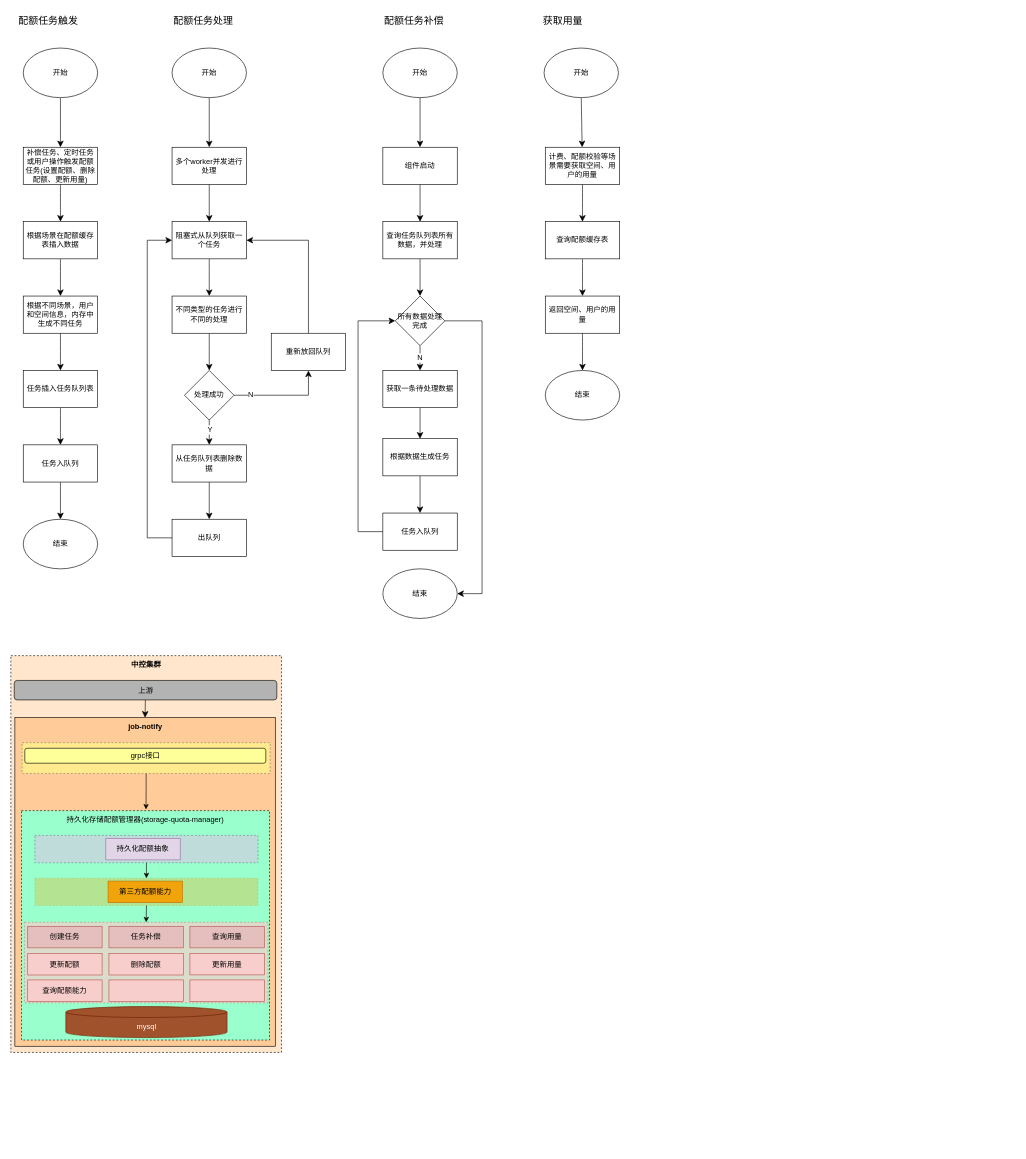
paochiang/draw keeps this draw.io diagram as page "技术方案设计" (3 of 3) of 智算中心/配额接入.drawio. Above is the earlier version. Source tidied: cells renumbered, new cells numbered last; positions are measured from the earlier drawing's top-left corner, leaving out a move shared by most shapes. Both pictures are drawn from the tidied source at 62%, with x=0, y=0 at pixel (11, 11).
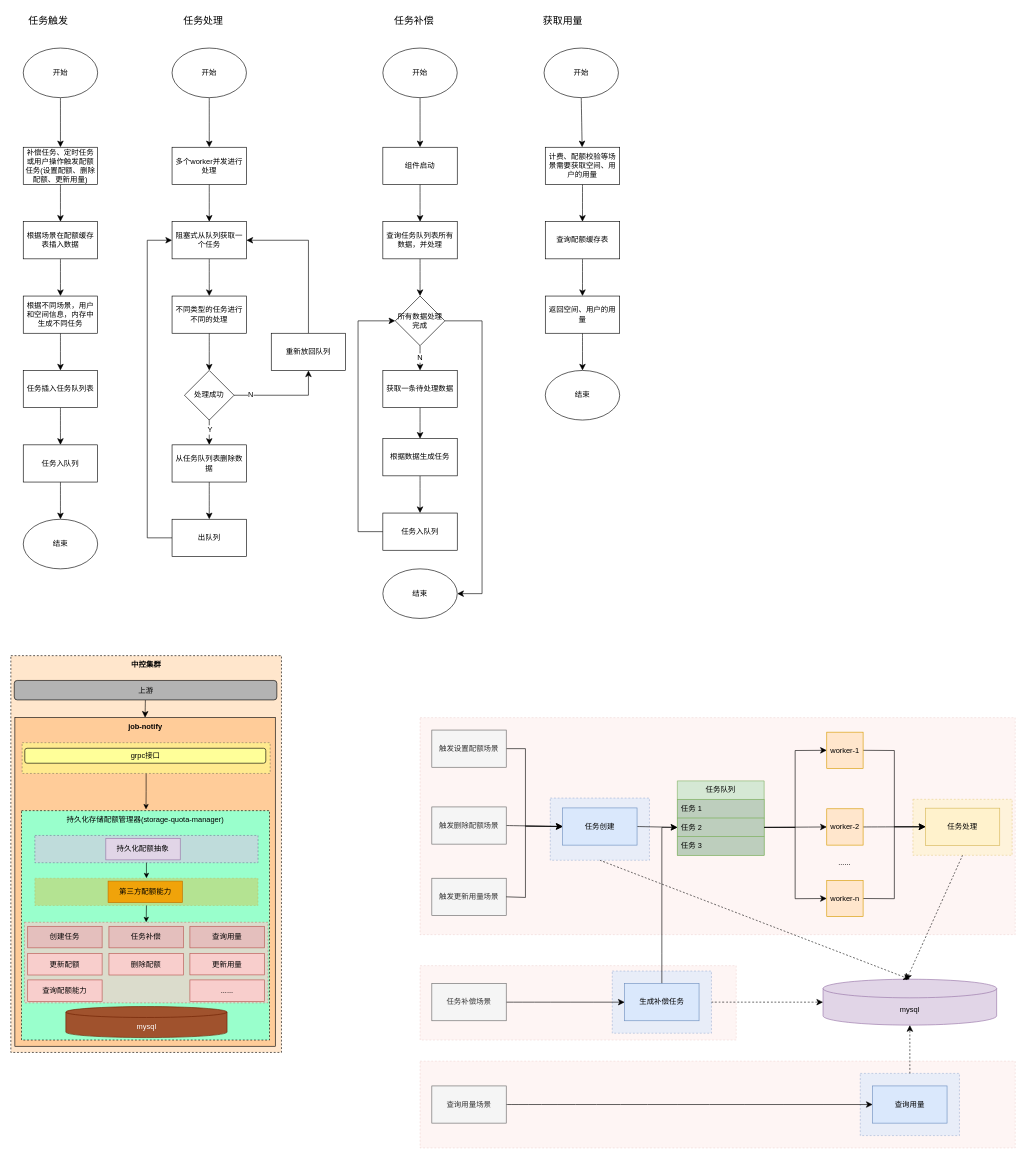
After the change.

The edit, as a diff of the source:
```diff
@@
+    <mxCell id="91" style="rounded=0;whiteSpace=wrap;html=1;dashed=1;fillColor=#f8cecc;strokeColor=#b85450;opacity=21;" parent="1" vertex="1">
+      <mxGeometry x="660" y="1540" width="510" height="120" as="geometry" />
+    </mxCell>
+    <mxCell id="92" style="rounded=0;whiteSpace=wrap;html=1;dashed=1;fillColor=#dae8fc;strokeColor=#6c8ebf;opacity=60;" parent="1" vertex="1">
+      <mxGeometry x="970" y="1548.7" width="160" height="100.3" as="geometry" />
+    </mxCell>
+    <mxCell id="93" style="rounded=0;whiteSpace=wrap;html=1;dashed=1;fillColor=#f8cecc;strokeColor=#b85450;opacity=21;" parent="1" vertex="1">
+      <mxGeometry x="660" y="1694" width="960" height="140" as="geometry" />
+    </mxCell>
+    <mxCell id="94" style="rounded=0;whiteSpace=wrap;html=1;dashed=1;fillColor=#f8cecc;strokeColor=#b85450;opacity=21;" parent="1" vertex="1">
+      <mxGeometry x="660" y="1140" width="960" height="350" as="geometry" />
+    </mxCell>
+    <mxCell id="95" style="rounded=0;whiteSpace=wrap;html=1;dashed=1;fillColor=#dae8fc;strokeColor=#6c8ebf;opacity=60;" parent="1" vertex="1">
+      <mxGeometry x="1370" y="1713.8" width="160" height="100.3" as="geometry" />
+    </mxCell>
+    <mxCell id="96" style="rounded=0;whiteSpace=wrap;html=1;dashed=1;fillColor=#dae8fc;strokeColor=#6c8ebf;opacity=60;" parent="1" vertex="1">
+      <mxGeometry x="870" y="1269.7" width="160" height="100.3" as="geometry" />
+    </mxCell>
+    <mxCell id="97" style="rounded=0;whiteSpace=wrap;html=1;dashed=1;fillColor=#fff2cc;strokeColor=#d6b656;opacity=60;" parent="1" vertex="1">
+      <mxGeometry x="1455" y="1271.7" width="160" height="90.3" as="geometry" />
+    </mxCell>
@@
-    <mxCell id="34" value="配额任务触发" style="text;html=1;align=center;verticalAlign=middle;strokeColor=none;fillColor=none;fontSize=16;" parent="1" vertex="1">
-      <mxGeometry width="120" height="30" as="geometry" />
+    <mxCell id="34" value="任务触发" style="text;html=1;align=center;verticalAlign=middle;strokeColor=none;fillColor=none;fontSize=16;" parent="1" vertex="1">
+      <mxGeometry x="15" width="90" height="30" as="geometry" />
     </mxCell>
@@
-    <mxCell id="39" value="配额任务处理" style="text;html=1;align=center;verticalAlign=middle;strokeColor=none;fillColor=none;fontSize=16;" parent="1" vertex="1">
-      <mxGeometry x="250" width="120" height="30" as="geometry" />
+    <mxCell id="39" value="任务处理" style="text;html=1;align=center;verticalAlign=middle;strokeColor=none;fillColor=none;fontSize=16;" parent="1" vertex="1">
+      <mxGeometry x="265" width="90" height="30" as="geometry" />
     </mxCell>
-    <mxCell id="40" value="配额任务补偿" style="text;html=1;align=center;verticalAlign=middle;strokeColor=none;fillColor=none;fontSize=16;" parent="1" vertex="1">
-      <mxGeometry x="590" width="120" height="30" as="geometry" />
+    <mxCell id="40" value="任务补偿" style="text;html=1;align=center;verticalAlign=middle;strokeColor=none;fillColor=none;fontSize=16;" parent="1" vertex="1">
+      <mxGeometry x="605" width="90" height="30" as="geometry" />
     </mxCell>
@@
-    <mxCell id="80" style="rounded=0;whiteSpace=wrap;html=1;strokeColor=#b85450;fillColor=#f8cecc;" parent="1" vertex="1">
-      <mxGeometry x="158.2" y="1563" width="120" height="34.8" as="geometry" />
-    </mxCell>
@@
-    <mxCell id="84" style="rounded=0;whiteSpace=wrap;html=1;strokeColor=#b85450;fillColor=#f8cecc;" parent="1" vertex="1">
+    <mxCell id="84" value="......" style="rounded=0;whiteSpace=wrap;html=1;strokeColor=#b85450;fillColor=#f8cecc;" parent="1" vertex="1">
       <mxGeometry x="288.8" y="1563" width="120" height="34.8" as="geometry" />
     </mxCell>
@@
+    <mxCell id="98" style="edgeStyle=none;curved=0;rounded=0;jettySize=auto;html=1;exitX=1;exitY=0.5;exitDx=0;exitDy=0;entryX=0;entryY=0.5;entryDx=0;entryDy=0;fontSize=12;startSize=8;endSize=8;" parent="1" edge="1" source="99" target="123">
+      <mxGeometry relative="1" as="geometry">
+        <Array as="points">
+          <mxPoint x="830" y="1190" />
+          <mxPoint x="830" y="1315" />
+        </Array>
+      </mxGeometry>
+    </mxCell>
+    <mxCell id="99" value="触发设置配额场景" style="rounded=0;whiteSpace=wrap;html=1;fillColor=#f5f5f5;fontColor=#333333;strokeColor=#666666;" parent="1" vertex="1">
+      <mxGeometry x="679" y="1160" width="120" height="60" as="geometry" />
+    </mxCell>
+    <mxCell id="100" style="edgeStyle=none;curved=1;rounded=0;jettySize=auto;html=1;exitX=1;exitY=0.5;exitDx=0;exitDy=0;entryX=0;entryY=0.5;entryDx=0;entryDy=0;fontSize=12;startSize=8;endSize=8;" parent="1" edge="1" source="101" target="123">
+      <mxGeometry relative="1" as="geometry" />
+    </mxCell>
+    <mxCell id="101" value="触发删除配额场景" style="rounded=0;whiteSpace=wrap;html=1;fillColor=#f5f5f5;fontColor=#333333;strokeColor=#666666;" parent="1" vertex="1">
+      <mxGeometry x="679" y="1284" width="120" height="60" as="geometry" />
+    </mxCell>
+    <mxCell id="102" value="触发更新用量场景" style="rounded=0;whiteSpace=wrap;html=1;fillColor=#f5f5f5;fontColor=#333333;strokeColor=#666666;" parent="1" vertex="1">
+      <mxGeometry x="679" y="1399" width="120" height="60" as="geometry" />
+    </mxCell>
+    <mxCell id="103" value="任务队列" style="swimlane;fontStyle=0;horizontal=1;startSize=30;whiteSpace=wrap;html=1;fillColor=#d5e8d4;strokeColor=#82b366;" parent="1" vertex="1">
+      <mxGeometry x="1075" y="1242" width="140" height="120" as="geometry" />
+    </mxCell>
+    <mxCell id="104" value="任务 1" style="text;strokeColor=#82b366;fillColor=#BDCEBD;align=left;verticalAlign=middle;spacingLeft=4;spacingRight=4;overflow=hidden;whiteSpace=wrap;html=1;" parent="103" vertex="1">
+      <mxGeometry y="30" width="140" height="30" as="geometry" />
+    </mxCell>
+    <mxCell id="105" value="任务 2" style="text;strokeColor=#82b366;fillColor=#BDCEBD;align=left;verticalAlign=middle;spacingLeft=4;spacingRight=4;overflow=hidden;points=[[0,0.5],[1,0.5]];portConstraint=eastwest;whiteSpace=wrap;html=1;" parent="103" vertex="1">
+      <mxGeometry y="60" width="140" height="30" as="geometry" />
+    </mxCell>
+    <mxCell id="106" value="任务 3" style="text;strokeColor=#82b366;fillColor=#BDCEBD;align=left;verticalAlign=middle;spacingLeft=4;spacingRight=4;overflow=hidden;whiteSpace=wrap;html=1;" parent="103" vertex="1">
+      <mxGeometry y="90" width="140" height="30" as="geometry" />
+    </mxCell>
+    <mxCell id="107" style="edgeStyle=none;curved=0;rounded=0;jettySize=auto;html=1;exitX=1;exitY=0.5;exitDx=0;exitDy=0;entryX=0;entryY=0.5;entryDx=0;entryDy=0;fontSize=12;startSize=8;endSize=8;" parent="1" edge="1" source="108" target="118">
+      <mxGeometry relative="1" as="geometry">
+        <Array as="points">
+          <mxPoint x="1425" y="1193" />
+          <mxPoint x="1425" y="1316" />
+        </Array>
+      </mxGeometry>
+    </mxCell>
+    <mxCell id="108" value="worker-1" style="whiteSpace=wrap;html=1;fillColor=#ffe6cc;strokeColor=#d79b00;" parent="1" vertex="1">
+      <mxGeometry x="1316" y="1163.4" width="58.6" height="58.6" as="geometry" />
+    </mxCell>
+    <mxCell id="109" style="edgeStyle=none;curved=1;rounded=0;jettySize=auto;html=1;exitX=1;exitY=0.5;exitDx=0;exitDy=0;entryX=0;entryY=0.5;entryDx=0;entryDy=0;fontSize=12;startSize=8;endSize=8;" parent="1" edge="1" source="110" target="118">
+      <mxGeometry relative="1" as="geometry" />
+    </mxCell>
+    <mxCell id="110" value="worker-2" style="whiteSpace=wrap;html=1;fillColor=#ffe6cc;strokeColor=#d79b00;" parent="1" vertex="1">
+      <mxGeometry x="1316" y="1287" width="58.6" height="58.6" as="geometry" />
+    </mxCell>
+    <mxCell id="111" style="edgeStyle=none;curved=0;rounded=0;jettySize=auto;html=1;exitX=1;exitY=0.5;exitDx=0;exitDy=0;entryX=0;entryY=0.5;entryDx=0;entryDy=0;fontSize=12;startSize=8;endSize=8;" parent="1" edge="1" source="112" target="118">
+      <mxGeometry relative="1" as="geometry">
+        <Array as="points">
+          <mxPoint x="1425" y="1432" />
+          <mxPoint x="1425" y="1316" />
+        </Array>
+      </mxGeometry>
+    </mxCell>
+    <mxCell id="112" value="worker-n" style="whiteSpace=wrap;html=1;fillColor=#ffe6cc;strokeColor=#d79b00;" parent="1" vertex="1">
+      <mxGeometry x="1316" y="1402.4" width="58.6" height="58.6" as="geometry" />
+    </mxCell>
+    <mxCell id="113" style="edgeStyle=none;curved=0;rounded=0;jettySize=auto;html=1;exitX=1;exitY=0.5;exitDx=0;exitDy=0;fontSize=12;startSize=8;endSize=8;entryX=0;entryY=0.5;entryDx=0;entryDy=0;" parent="1" edge="1" source="102" target="123">
+      <mxGeometry relative="1" as="geometry">
+        <Array as="points">
+          <mxPoint x="830" y="1430" />
+          <mxPoint x="830" y="1315" />
+        </Array>
+      </mxGeometry>
+    </mxCell>
+    <mxCell id="114" value="mysql" style="shape=cylinder3;whiteSpace=wrap;html=1;boundedLbl=1;backgroundOutline=1;size=15;fillColor=#e1d5e7;strokeColor=#9673a6;" parent="1" vertex="1">
+      <mxGeometry x="1310" y="1561.9" width="280" height="74" as="geometry" />
+    </mxCell>
+    <mxCell id="115" style="edgeStyle=none;curved=0;rounded=0;jettySize=auto;html=1;exitX=1;exitY=0.5;exitDx=0;exitDy=0;entryX=0;entryY=0.5;entryDx=0;entryDy=0;fontSize=12;startSize=8;endSize=8;" parent="1" edge="1" source="105" target="108">
+      <mxGeometry relative="1" as="geometry">
+        <Array as="points">
+          <mxPoint x="1265" y="1317" />
+          <mxPoint x="1265" y="1193" />
+        </Array>
+      </mxGeometry>
+    </mxCell>
+    <mxCell id="116" style="edgeStyle=none;curved=1;rounded=0;jettySize=auto;html=1;exitX=1;exitY=0.5;exitDx=0;exitDy=0;entryX=0;entryY=0.5;entryDx=0;entryDy=0;fontSize=12;startSize=8;endSize=8;" parent="1" edge="1" source="105" target="110">
+      <mxGeometry relative="1" as="geometry" />
+    </mxCell>
+    <mxCell id="117" style="edgeStyle=none;curved=0;rounded=0;jettySize=auto;html=1;exitX=1;exitY=0.5;exitDx=0;exitDy=0;entryX=0;entryY=0.5;entryDx=0;entryDy=0;fontSize=12;startSize=8;endSize=8;" parent="1" edge="1" source="105" target="112">
+      <mxGeometry relative="1" as="geometry">
+        <Array as="points">
+          <mxPoint x="1265" y="1317" />
+          <mxPoint x="1265" y="1432" />
+        </Array>
+      </mxGeometry>
+    </mxCell>
+    <mxCell id="118" value="任务处理" style="rounded=0;whiteSpace=wrap;html=1;fillColor=#fff2cc;strokeColor=#d6b656;" parent="1" vertex="1">
+      <mxGeometry x="1475" y="1286" width="120" height="60" as="geometry" />
+    </mxCell>
+    <mxCell id="119" style="edgeStyle=none;curved=1;rounded=0;jettySize=auto;html=1;exitX=0.5;exitY=1;exitDx=0;exitDy=0;entryX=0.5;entryY=0;entryDx=0;entryDy=0;entryPerimeter=0;fontSize=12;startSize=8;endSize=8;dashed=1;" parent="1" edge="1" source="96" target="114">
+      <mxGeometry relative="1" as="geometry" />
+    </mxCell>
+    <mxCell id="120" style="edgeStyle=none;curved=1;rounded=0;jettySize=auto;html=1;exitX=0.5;exitY=1;exitDx=0;exitDy=0;entryX=0.479;entryY=0.022;entryDx=0;entryDy=0;entryPerimeter=0;fontSize=12;startSize=8;endSize=8;dashed=1;" parent="1" edge="1" source="97" target="114">
+      <mxGeometry relative="1" as="geometry" />
+    </mxCell>
+    <mxCell id="121" value="......" style="text;html=1;align=center;verticalAlign=middle;whiteSpace=wrap;rounded=0;" parent="1" vertex="1">
+      <mxGeometry x="1315" y="1359" width="60" height="30" as="geometry" />
+    </mxCell>
+    <mxCell id="122" style="edgeStyle=none;curved=1;rounded=0;jettySize=auto;html=1;exitX=1;exitY=0.5;exitDx=0;exitDy=0;entryX=0;entryY=0.5;entryDx=0;entryDy=0;fontSize=12;startSize=8;endSize=8;" parent="1" edge="1" source="123" target="105">
+      <mxGeometry relative="1" as="geometry" />
+    </mxCell>
+    <mxCell id="123" value="任务创建" style="rounded=0;whiteSpace=wrap;html=1;fillColor=#dae8fc;strokeColor=#6c8ebf;" parent="1" vertex="1">
+      <mxGeometry x="890" y="1285.6" width="120" height="60" as="geometry" />
+    </mxCell>
+    <mxCell id="124" value="查询用量" style="rounded=0;whiteSpace=wrap;html=1;fillColor=#dae8fc;strokeColor=#6c8ebf;" parent="1" vertex="1">
+      <mxGeometry x="1390" y="1734" width="120" height="60" as="geometry" />
+    </mxCell>
+    <mxCell id="125" style="edgeStyle=none;curved=1;rounded=0;jettySize=auto;html=1;exitX=1;exitY=0.5;exitDx=0;exitDy=0;entryX=0;entryY=0.5;entryDx=0;entryDy=0;fontSize=12;startSize=8;endSize=8;" parent="1" edge="1" source="126" target="124">
+      <mxGeometry relative="1" as="geometry" />
+    </mxCell>
+    <mxCell id="126" value="查询用量场景" style="rounded=0;whiteSpace=wrap;html=1;fillColor=#f5f5f5;fontColor=#333333;strokeColor=#666666;" parent="1" vertex="1">
+      <mxGeometry x="679" y="1734" width="120" height="60" as="geometry" />
+    </mxCell>
+    <mxCell id="127" style="edgeStyle=none;curved=1;rounded=0;jettySize=auto;html=1;exitX=0.5;exitY=0;exitDx=0;exitDy=0;entryX=0.5;entryY=1;entryDx=0;entryDy=0;entryPerimeter=0;fontSize=12;startSize=8;endSize=8;dashed=1;" parent="1" edge="1" source="95" target="114">
+      <mxGeometry relative="1" as="geometry" />
+    </mxCell>
+    <mxCell id="128" style="edgeStyle=none;curved=1;rounded=0;jettySize=auto;html=1;exitX=1;exitY=0.5;exitDx=0;exitDy=0;entryX=0;entryY=0.5;entryDx=0;entryDy=0;fontSize=12;startSize=8;endSize=8;" parent="1" edge="1" source="129" target="131">
+      <mxGeometry relative="1" as="geometry" />
+    </mxCell>
+    <mxCell id="129" value="任务补偿场景" style="rounded=0;whiteSpace=wrap;html=1;fillColor=#f5f5f5;fontColor=#333333;strokeColor=#666666;" parent="1" vertex="1">
+      <mxGeometry x="679" y="1568.9" width="120" height="60" as="geometry" />
+    </mxCell>
+    <mxCell id="130" style="edgeStyle=none;curved=0;rounded=0;jettySize=auto;html=1;exitX=0.5;exitY=0;exitDx=0;exitDy=0;entryX=0;entryY=0.5;entryDx=0;entryDy=0;fontSize=12;startSize=8;endSize=8;" parent="1" edge="1" source="131" target="105">
+      <mxGeometry relative="1" as="geometry">
+        <Array as="points">
+          <mxPoint x="1050" y="1520" />
+          <mxPoint x="1050" y="1317" />
+        </Array>
+      </mxGeometry>
+    </mxCell>
+    <mxCell id="131" value="生成补偿任务" style="rounded=0;whiteSpace=wrap;html=1;fillColor=#dae8fc;strokeColor=#6c8ebf;" parent="1" vertex="1">
+      <mxGeometry x="990" y="1568.9" width="120" height="60" as="geometry" />
+    </mxCell>
+    <mxCell id="132" style="edgeStyle=none;curved=1;rounded=0;jettySize=auto;html=1;exitX=1;exitY=0.5;exitDx=0;exitDy=0;entryX=0;entryY=0.5;entryDx=0;entryDy=0;entryPerimeter=0;fontSize=12;startSize=8;endSize=8;dashed=1;" parent="1" edge="1" source="92" target="114">
+      <mxGeometry relative="1" as="geometry" />
+    </mxCell>
```
